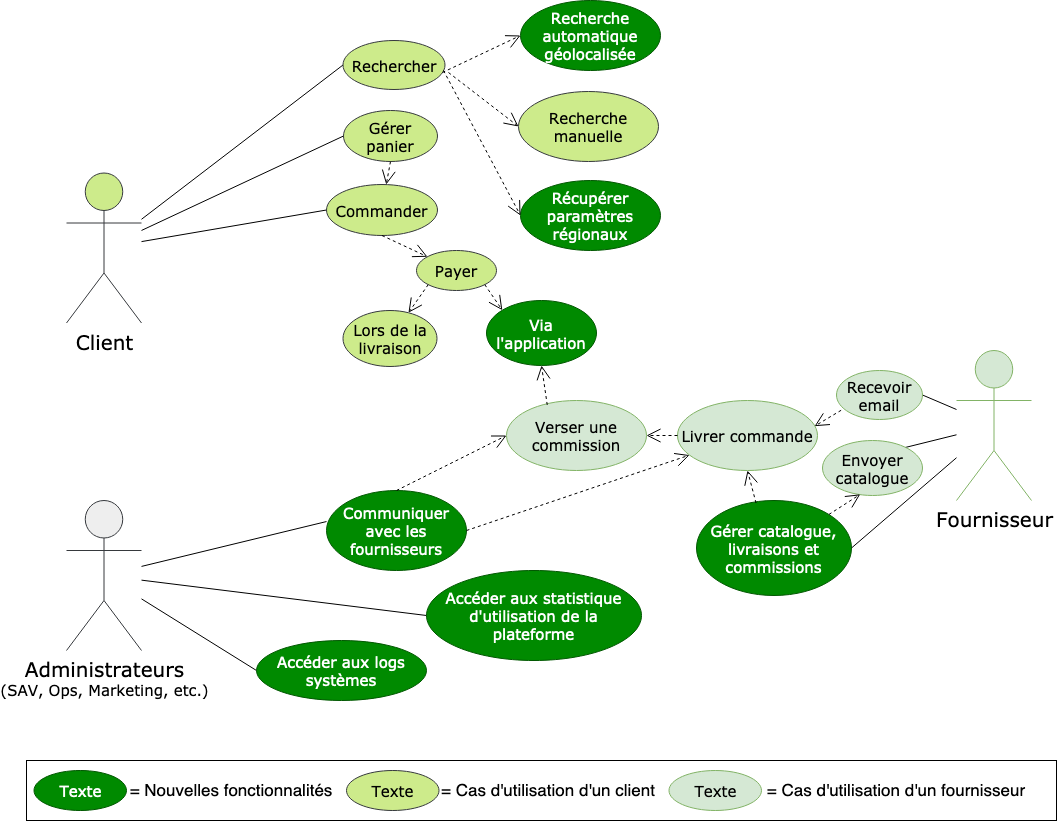
KokanTeke/OCR-P5 keeps this draw.io diagram as images/cas d utilisation metier.png. Above is the earlier version. Source tidied: cells renumbered, new cells last; positions are measured from the earlier drawing's top-left corner, leaving out a move shared by most shapes.
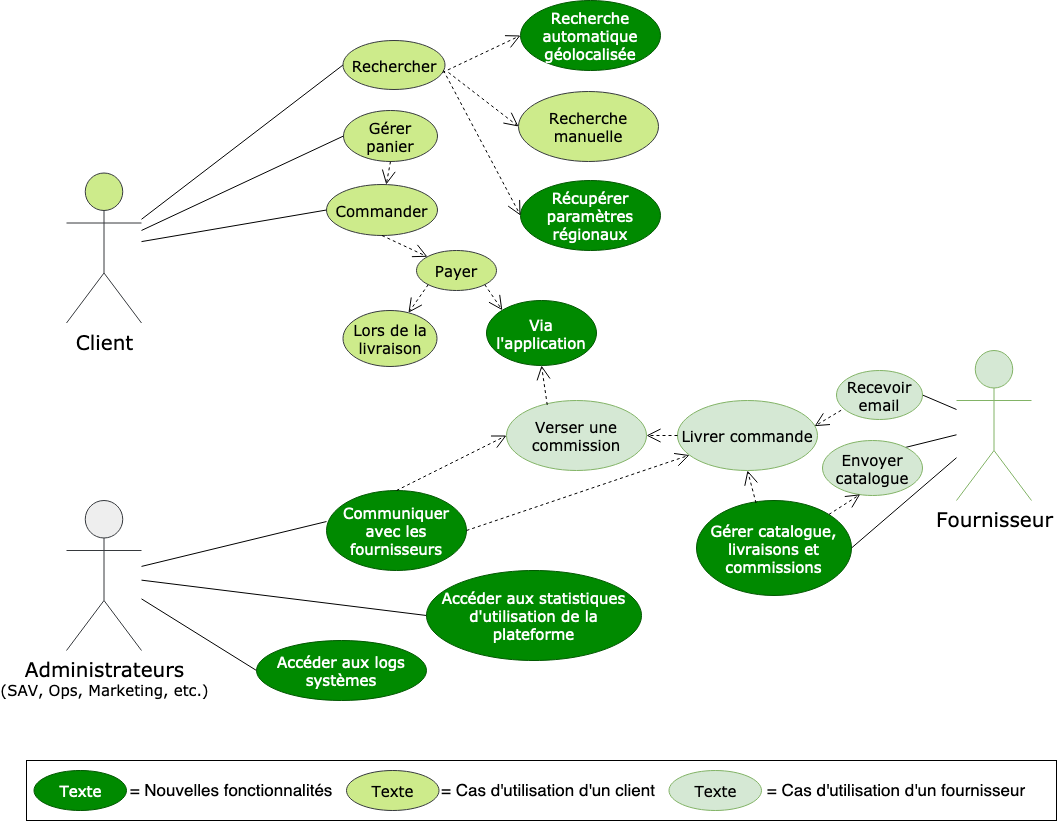
After the commit.

Commit message:
Maj admin

Change to the diagram source:
```diff
@@ -65,7 +65,7 @@
     <mxCell id="22" value="&lt;div&gt;Administrateurs&lt;/div&gt;&lt;div style=&quot;font-size: 15px&quot;&gt;(SAV, Ops, Marketing, etc.)&lt;br&gt;&lt;/div&gt;" style="shape=umlActor;verticalLabelPosition=bottom;verticalAlign=top;html=1;fontSize=20;fontFamily=Verdana;fillColor=#eeeeee;strokeColor=#36393d;" parent="1" vertex="1">
       <mxGeometry x="40" y="500" width="75" height="150" as="geometry" />
     </mxCell>
-    <mxCell id="23" value="Accéder aux statistique d'utilisation de la plateforme" style="ellipse;whiteSpace=wrap;html=1;fillColor=#008a00;strokeColor=#005700;fontColor=#ffffff;fontSize=15;fontFamily=Verdana;" parent="1" vertex="1">
+    <mxCell id="23" value="Accéder aux statistiques d'utilisation de la plateforme" style="ellipse;whiteSpace=wrap;html=1;fillColor=#008a00;strokeColor=#005700;fontColor=#ffffff;fontSize=15;fontFamily=Verdana;" parent="1" vertex="1">
       <mxGeometry x="400" y="570" width="215" height="90" as="geometry" />
     </mxCell>
     <mxCell id="24" value="Recevoir email" style="ellipse;whiteSpace=wrap;html=1;fontSize=15;fontFamily=Verdana;fillColor=#d5e8d4;strokeColor=#82b366;" parent="1" vertex="1">
```
